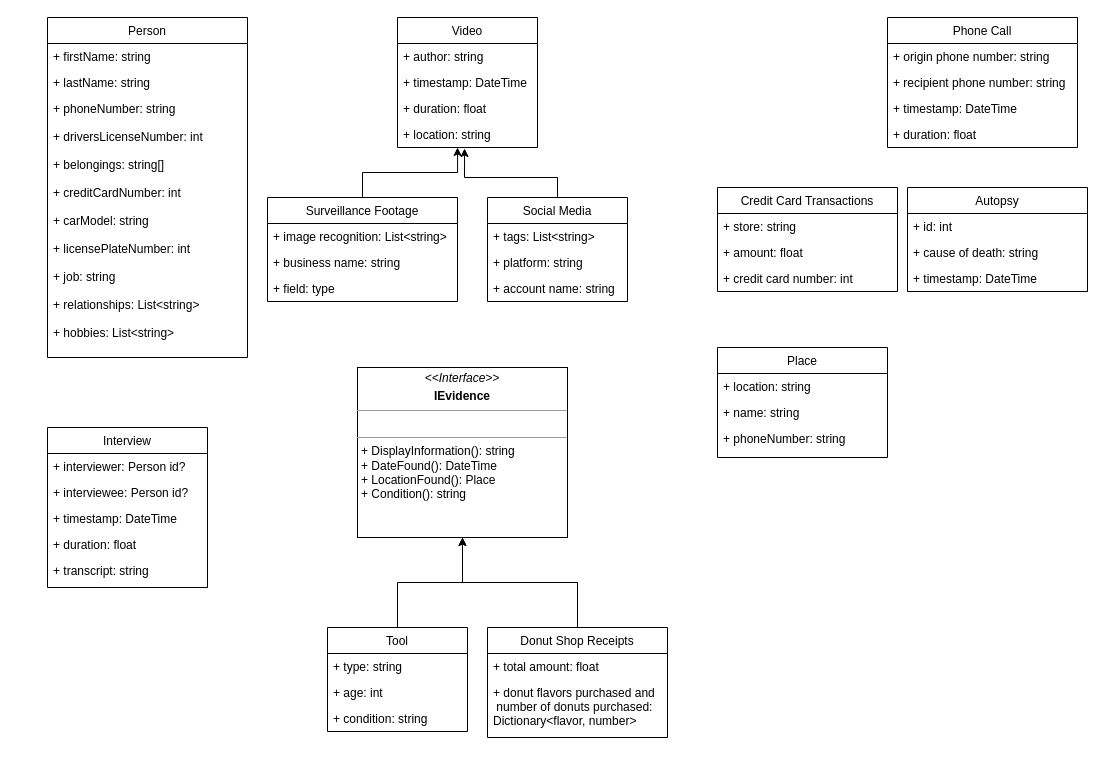
kirakirakira/urban-pancake keeps this draw.io diagram as murdermystery.drawio. Above is the earlier version. Source tidied: cells renumbered, new cells numbered last; positions are measured from the earlier drawing's top-left corner, leaving out a move shared by most shapes. Both pictures are drawn from the tidied source at 100%, with x=0, y=0 at pixel (47, 17).
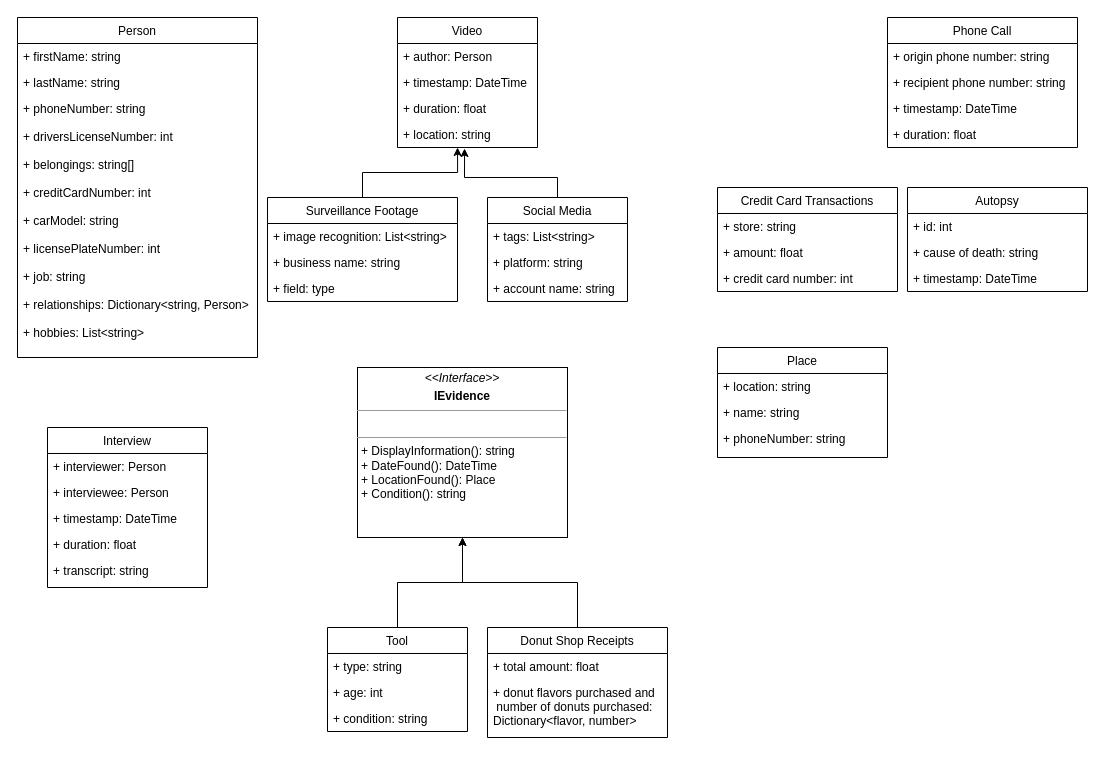
Above is the later version.

Unchanged cells that the change refers to:
```xml
<mxCell id="15" value="Interview" style="swimlane;fontStyle=0;horizontal=1;startSize=26;fillColor=none;" parent="1" vertex="1">
  <mxGeometry y="410" width="160" height="160" as="geometry" />
</mxCell>
<mxCell id="23" value="Video" style="swimlane;fontStyle=0;horizontal=1;startSize=26;fillColor=none;" parent="1" vertex="1">
  <mxGeometry x="350" width="140" height="130" as="geometry" />
</mxCell>
```

The edit, as a diff of the source:
```diff
@@
     <mxCell id="2" value="Person" style="swimlane;fontStyle=0;horizontal=1;startSize=26;fillColor=none;" parent="1" vertex="1">
-      <mxGeometry width="200" height="340" as="geometry" />
+      <mxGeometry x="-30" width="240" height="340" as="geometry" />
     </mxCell>
     <mxCell id="3" value="+ firstName: string" style="text;strokeColor=none;fillColor=none;align=left;verticalAlign=top;spacingLeft=4;spacingRight=4;overflow=hidden;" parent="2" vertex="1">
-      <mxGeometry y="26" width="200" height="26" as="geometry" />
+      <mxGeometry y="26" width="240" height="26" as="geometry" />
     </mxCell>
     <mxCell id="4" value="+ lastName: string" style="text;strokeColor=none;fillColor=none;align=left;verticalAlign=top;spacingLeft=4;spacingRight=4;overflow=hidden;" parent="2" vertex="1">
-      <mxGeometry y="52" width="200" height="26" as="geometry" />
+      <mxGeometry y="52" width="240" height="26" as="geometry" />
     </mxCell>
-    <mxCell id="5" value="+ phoneNumber: string&#10;&#10;+ driversLicenseNumber: int&#10;&#10;+ belongings: string[]&#10;&#10;+ creditCardNumber: int&#10;&#10;+ carModel: string&#10;&#10;+ licensePlateNumber: int&#10;&#10;+ job: string&#10;&#10;+ relationships: List&lt;string&gt;&#10;&#10;+ hobbies: List&lt;string&gt;&#10;" style="text;strokeColor=none;fillColor=none;align=left;verticalAlign=top;spacingLeft=4;spacingRight=4;overflow=hidden;" parent="2" vertex="1">
-      <mxGeometry y="78" width="200" height="262" as="geometry" />
+    <mxCell id="5" value="+ phoneNumber: string&#10;&#10;+ driversLicenseNumber: int&#10;&#10;+ belongings: string[]&#10;&#10;+ creditCardNumber: int&#10;&#10;+ carModel: string&#10;&#10;+ licensePlateNumber: int&#10;&#10;+ job: string&#10;&#10;+ relationships: Dictionary&lt;string, Person&gt;&#10;&#10;+ hobbies: List&lt;string&gt;&#10;" style="text;strokeColor=none;fillColor=none;align=left;verticalAlign=top;spacingLeft=4;spacingRight=4;overflow=hidden;" parent="2" vertex="1">
+      <mxGeometry y="78" width="240" height="262" as="geometry" />
     </mxCell>
@@
-    <mxCell id="16" value="+ interviewer: Person id?" style="text;strokeColor=none;fillColor=none;align=left;verticalAlign=top;spacingLeft=4;spacingRight=4;overflow=hidden;" parent="15" vertex="1">
+    <mxCell id="16" value="+ interviewer: Person" style="text;strokeColor=none;fillColor=none;align=left;verticalAlign=top;spacingLeft=4;spacingRight=4;overflow=hidden;" parent="15" vertex="1">
       <mxGeometry y="26" width="160" height="26" as="geometry" />
     </mxCell>
-    <mxCell id="17" value="+ interviewee: Person id?" style="text;strokeColor=none;fillColor=none;align=left;verticalAlign=top;spacingLeft=4;spacingRight=4;overflow=hidden;" parent="15" vertex="1">
+    <mxCell id="17" value="+ interviewee: Person" style="text;strokeColor=none;fillColor=none;align=left;verticalAlign=top;spacingLeft=4;spacingRight=4;overflow=hidden;" parent="15" vertex="1">
       <mxGeometry y="52" width="160" height="26" as="geometry" />
     </mxCell>
@@
-    <mxCell id="24" value="+ author: string" style="text;strokeColor=none;fillColor=none;align=left;verticalAlign=top;spacingLeft=4;spacingRight=4;overflow=hidden;" parent="23" vertex="1">
+    <mxCell id="24" value="+ author: Person" style="text;strokeColor=none;fillColor=none;align=left;verticalAlign=top;spacingLeft=4;spacingRight=4;overflow=hidden;" parent="23" vertex="1">
       <mxGeometry y="26" width="140" height="26" as="geometry" />
     </mxCell>
```
